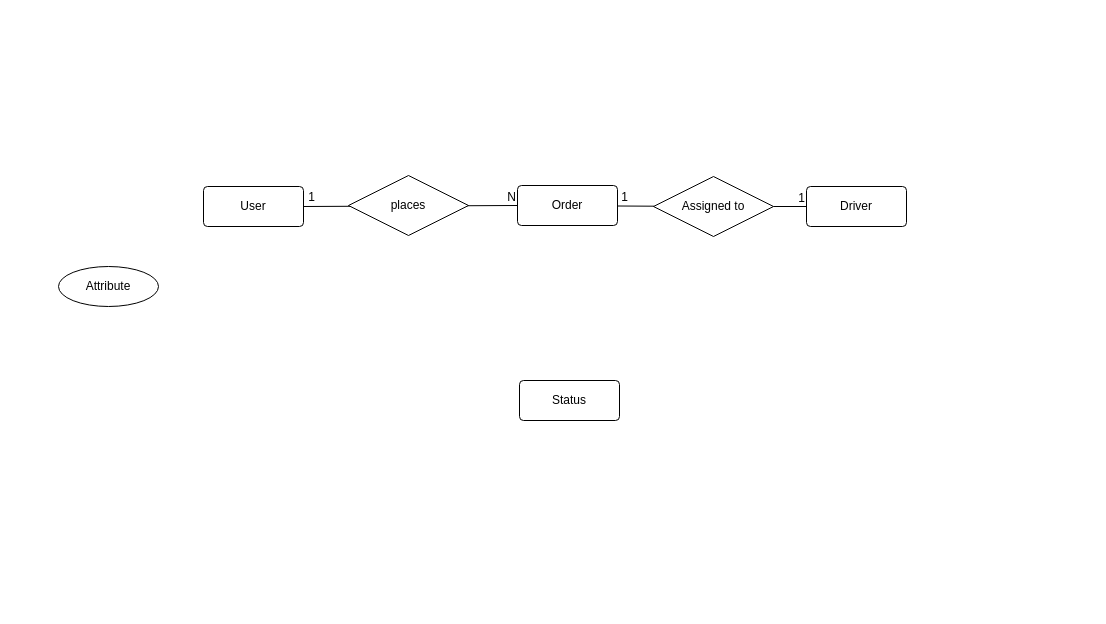
luchichang/QUAC-APP keeps this draw.io diagram as DB/QUAC-ER.drawio. Above is the earlier version. Source tidied: cells renumbered, new cells numbered last; positions are measured from the earlier drawing's top-left corner, leaving out a move shared by most shapes. Both pictures are drawn from the tidied source at 100%, with x=0, y=0 at pixel (58, 175).
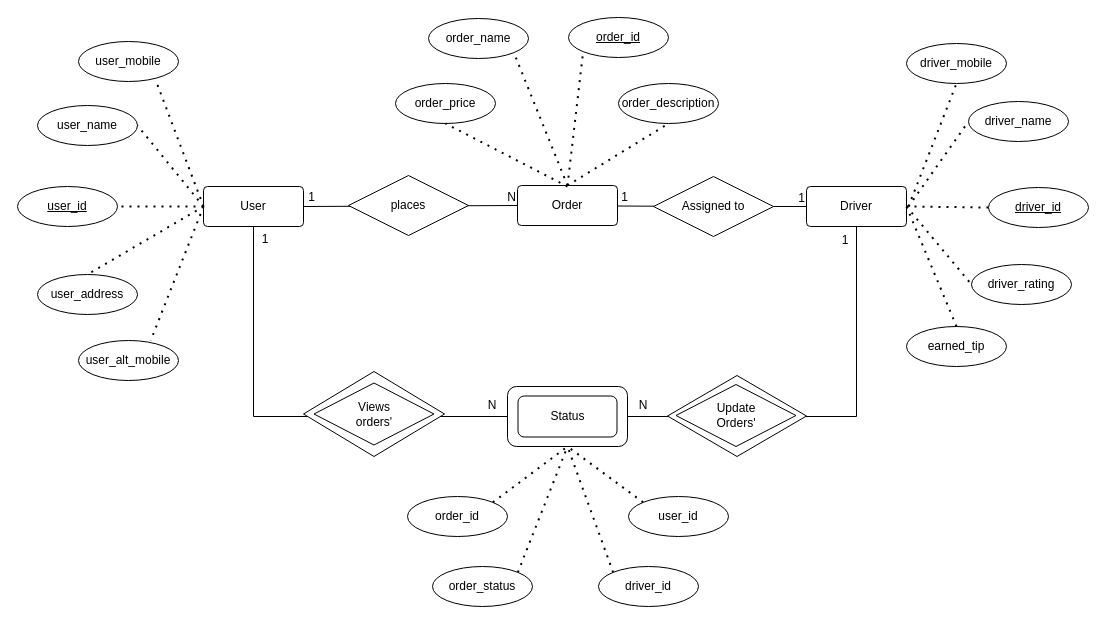
The same diagram, later.

Commit message (it also covers changes not shown here):
Quac UI update & Completed ER diagram

The change refers to these unchanged cells:
```xml
<mxCell id="2" value="User" style="rounded=1;arcSize=10;whiteSpace=wrap;html=1;align=center;" parent="1" vertex="1">
  <mxGeometry x="145" y="11" width="100" height="40" as="geometry" />
</mxCell>
<mxCell id="3" value="Order" style="rounded=1;arcSize=10;whiteSpace=wrap;html=1;align=center;" parent="1" vertex="1">
  <mxGeometry x="459" y="10" width="100" height="40" as="geometry" />
</mxCell>
<mxCell id="4" value="Driver" style="rounded=1;arcSize=10;whiteSpace=wrap;html=1;align=center;" parent="1" vertex="1">
  <mxGeometry x="748" y="11" width="100" height="40" as="geometry" />
</mxCell>
<mxCell id="15" value="Assigned to" style="shape=rhombus;perimeter=rhombusPerimeter;whiteSpace=wrap;html=1;align=center;" parent="1" vertex="1">
  <mxGeometry x="595" y="1" width="120" height="60" as="geometry" />
</mxCell>
```

The edit, as a diff of the source:
```diff
@@
-    <mxCell id="5" value="Status" style="rounded=1;arcSize=10;whiteSpace=wrap;html=1;align=center;" parent="1" vertex="1">
-      <mxGeometry x="461" y="205" width="100" height="40" as="geometry" />
-    </mxCell>
-    <mxCell id="6" value="Attribute" style="ellipse;whiteSpace=wrap;html=1;align=center;" parent="1" vertex="1">
-      <mxGeometry y="91" width="100" height="40" as="geometry" />
-    </mxCell>
@@
-    <mxCell id="14" style="endArrow=none;html=1;rounded=0;" parent="1" edge="1" target="15">
-      <mxGeometry relative="1" as="geometry">
-        <mxPoint x="559" y="30.5" as="sourcePoint" />
-      </mxGeometry>
-    </mxCell>
+    <mxCell id="16" style="endArrow=none;html=1;rounded=0;" parent="1" edge="1" target="15">
+      <mxGeometry relative="1" as="geometry">
+        <mxPoint x="559" y="30.5" as="sourcePoint" />
+      </mxGeometry>
+    </mxCell>
@@
+    <mxCell id="17" value="user_id" style="ellipse;whiteSpace=wrap;html=1;align=center;fontStyle=4;" parent="1" vertex="1">
+      <mxGeometry x="-41" y="11" width="100" height="40" as="geometry" />
+    </mxCell>
+    <mxCell id="18" value="order_id" style="ellipse;whiteSpace=wrap;html=1;align=center;fontStyle=4;" parent="1" vertex="1">
+      <mxGeometry x="510" y="-158" width="100" height="40" as="geometry" />
+    </mxCell>
+    <mxCell id="19" value="driver_id" style="ellipse;whiteSpace=wrap;html=1;align=center;fontStyle=4;" parent="1" vertex="1">
+      <mxGeometry x="930" y="12" width="100" height="40" as="geometry" />
+    </mxCell>
+    <mxCell id="20" value="driver_name" style="ellipse;whiteSpace=wrap;html=1;align=center;" parent="1" vertex="1">
+      <mxGeometry x="910" y="-74" width="100" height="40" as="geometry" />
+    </mxCell>
+    <mxCell id="21" value="driver_rating" style="ellipse;whiteSpace=wrap;html=1;align=center;" parent="1" vertex="1">
+      <mxGeometry x="913" y="89" width="100" height="40" as="geometry" />
+    </mxCell>
+    <mxCell id="22" value="earned_tip" style="ellipse;whiteSpace=wrap;html=1;align=center;" parent="1" vertex="1">
+      <mxGeometry x="848" y="151" width="100" height="40" as="geometry" />
+    </mxCell>
+    <mxCell id="23" value="driver_mobile" style="ellipse;whiteSpace=wrap;html=1;align=center;" parent="1" vertex="1">
+      <mxGeometry x="848" y="-132" width="100" height="40" as="geometry" />
+    </mxCell>
+    <mxCell id="24" style="endArrow=none;dashed=1;html=1;dashPattern=1 3;strokeWidth=2;rounded=0;entryX=0;entryY=0.5;entryDx=0;entryDy=0;exitX=1;exitY=0.5;exitDx=0;exitDy=0;" parent="1" edge="1" source="4" target="19">
+      <mxGeometry relative="1" as="geometry" />
+    </mxCell>
+    <mxCell id="25" style="endArrow=none;dashed=1;html=1;dashPattern=1 3;strokeWidth=2;rounded=0;entryX=0;entryY=0.5;entryDx=0;entryDy=0;" parent="1" edge="1" target="20">
+      <mxGeometry relative="1" as="geometry">
+        <mxPoint x="850" y="31" as="sourcePoint" />
+      </mxGeometry>
+    </mxCell>
+    <mxCell id="26" style="endArrow=none;dashed=1;html=1;dashPattern=1 3;strokeWidth=2;rounded=0;entryX=0.5;entryY=1;entryDx=0;entryDy=0;" parent="1" edge="1" target="23">
+      <mxGeometry relative="1" as="geometry">
+        <mxPoint x="850" y="31" as="sourcePoint" />
+      </mxGeometry>
+    </mxCell>
+    <mxCell id="27" style="endArrow=none;dashed=1;html=1;dashPattern=1 3;strokeWidth=2;rounded=0;entryX=0;entryY=0.5;entryDx=0;entryDy=0;exitX=1;exitY=0.5;exitDx=0;exitDy=0;" parent="1" edge="1" source="4" target="21">
+      <mxGeometry relative="1" as="geometry" />
+    </mxCell>
+    <mxCell id="28" style="endArrow=none;dashed=1;html=1;dashPattern=1 3;strokeWidth=2;rounded=0;entryX=0.5;entryY=0;entryDx=0;entryDy=0;exitX=1;exitY=0.5;exitDx=0;exitDy=0;" parent="1" edge="1" source="4" target="22">
+      <mxGeometry relative="1" as="geometry" />
+    </mxCell>
+    <mxCell id="29" style="endArrow=none;dashed=1;html=1;dashPattern=1 3;strokeWidth=2;rounded=0;entryX=1;entryY=0.5;entryDx=0;entryDy=0;exitX=0;exitY=0.5;exitDx=0;exitDy=0;" parent="1" edge="1" source="2" target="17">
+      <mxGeometry relative="1" as="geometry" />
+    </mxCell>
+    <mxCell id="30" value="user_name" style="ellipse;whiteSpace=wrap;html=1;align=center;" parent="1" vertex="1">
+      <mxGeometry x="-21" y="-70" width="100" height="40" as="geometry" />
+    </mxCell>
+    <mxCell id="31" value="user_address" style="ellipse;whiteSpace=wrap;html=1;align=center;" parent="1" vertex="1">
+      <mxGeometry x="-21" y="99" width="100" height="40" as="geometry" />
+    </mxCell>
+    <mxCell id="32" value="user_alt_mobile" style="ellipse;whiteSpace=wrap;html=1;align=center;" parent="1" vertex="1">
+      <mxGeometry x="20" y="165" width="100" height="40" as="geometry" />
+    </mxCell>
+    <mxCell id="33" value="user_mobile" style="ellipse;whiteSpace=wrap;html=1;align=center;" parent="1" vertex="1">
+      <mxGeometry x="20" y="-134" width="100" height="40" as="geometry" />
+    </mxCell>
+    <mxCell id="34" style="endArrow=none;dashed=1;html=1;dashPattern=1 3;strokeWidth=2;rounded=0;entryX=1;entryY=0.5;entryDx=0;entryDy=0;exitX=0;exitY=0.5;exitDx=0;exitDy=0;" parent="1" edge="1" source="2" target="30">
+      <mxGeometry relative="1" as="geometry" />
+    </mxCell>
+    <mxCell id="35" style="endArrow=none;dashed=1;html=1;dashPattern=1 3;strokeWidth=2;rounded=0;entryX=0.77;entryY=0.954;entryDx=0;entryDy=0;exitX=0;exitY=0.5;exitDx=0;exitDy=0;entryPerimeter=0;" parent="1" edge="1" source="2" target="33">
+      <mxGeometry relative="1" as="geometry" />
+    </mxCell>
+    <mxCell id="36" style="endArrow=none;dashed=1;html=1;dashPattern=1 3;strokeWidth=2;rounded=0;entryX=0.5;entryY=0;entryDx=0;entryDy=0;exitX=0;exitY=0.5;exitDx=0;exitDy=0;" parent="1" edge="1" source="2" target="31">
+      <mxGeometry relative="1" as="geometry" />
+    </mxCell>
+    <mxCell id="37" style="endArrow=none;dashed=1;html=1;dashPattern=1 3;strokeWidth=2;rounded=0;exitX=0;exitY=0.5;exitDx=0;exitDy=0;entryX=0.722;entryY=0.002;entryDx=0;entryDy=0;entryPerimeter=0;" parent="1" edge="1" source="2" target="32">
+      <mxGeometry relative="1" as="geometry" />
+    </mxCell>
+    <mxCell id="38" value="order_description" style="ellipse;whiteSpace=wrap;html=1;align=center;" parent="1" vertex="1">
+      <mxGeometry x="560" y="-92" width="100" height="40" as="geometry" />
+    </mxCell>
+    <mxCell id="39" value="order_price" style="ellipse;whiteSpace=wrap;html=1;align=center;" parent="1" vertex="1">
+      <mxGeometry x="337" y="-92" width="100" height="40" as="geometry" />
+    </mxCell>
+    <mxCell id="40" value="order_name" style="ellipse;whiteSpace=wrap;html=1;align=center;" parent="1" vertex="1">
+      <mxGeometry x="370" y="-157" width="100" height="40" as="geometry" />
+    </mxCell>
+    <mxCell id="41" style="endArrow=none;dashed=1;html=1;dashPattern=1 3;strokeWidth=2;rounded=0;entryX=0;entryY=1;entryDx=0;entryDy=0;exitX=0.5;exitY=0;exitDx=0;exitDy=0;" parent="1" edge="1" source="3" target="18">
+      <mxGeometry relative="1" as="geometry" />
+    </mxCell>
+    <mxCell id="42" style="endArrow=none;dashed=1;html=1;dashPattern=1 3;strokeWidth=2;rounded=0;entryX=1;entryY=1;entryDx=0;entryDy=0;exitX=0.5;exitY=0;exitDx=0;exitDy=0;" parent="1" edge="1" source="3" target="40">
+      <mxGeometry relative="1" as="geometry" />
+    </mxCell>
+    <mxCell id="43" style="endArrow=none;dashed=1;html=1;dashPattern=1 3;strokeWidth=2;rounded=0;entryX=0.5;entryY=1;entryDx=0;entryDy=0;" parent="1" edge="1" target="39">
+      <mxGeometry relative="1" as="geometry">
+        <mxPoint x="509" y="11" as="sourcePoint" />
+      </mxGeometry>
+    </mxCell>
+    <mxCell id="44" style="endArrow=none;dashed=1;html=1;dashPattern=1 3;strokeWidth=2;rounded=0;entryX=0.5;entryY=1;entryDx=0;entryDy=0;exitX=0.5;exitY=0;exitDx=0;exitDy=0;" parent="1" edge="1" source="3" target="38">
+      <mxGeometry relative="1" as="geometry" />
+    </mxCell>
+    <mxCell id="45" style="rounded=1;whiteSpace=wrap;html=1;" parent="1" vertex="1">
+      <mxGeometry x="449" y="211" width="120" height="60" as="geometry" />
+    </mxCell>
+    <mxCell id="5" value="Status" style="rounded=1;whiteSpace=wrap;html=1;" parent="1" vertex="1">
+      <mxGeometry x="459.5" y="220.5" width="99" height="41" as="geometry" />
+    </mxCell>
+    <mxCell id="46" value="order_id" style="ellipse;whiteSpace=wrap;html=1;align=center;" parent="1" vertex="1">
+      <mxGeometry x="349" y="321" width="100" height="40" as="geometry" />
+    </mxCell>
+    <mxCell id="47" value="user_id" style="ellipse;whiteSpace=wrap;html=1;align=center;" parent="1" vertex="1">
+      <mxGeometry x="570" y="321" width="100" height="40" as="geometry" />
+    </mxCell>
+    <mxCell id="48" value="driver_id" style="ellipse;whiteSpace=wrap;html=1;align=center;" parent="1" vertex="1">
+      <mxGeometry x="540" y="391" width="100" height="40" as="geometry" />
+    </mxCell>
+    <mxCell id="49" value="order_status" style="ellipse;whiteSpace=wrap;html=1;align=center;" parent="1" vertex="1">
+      <mxGeometry x="374" y="391" width="100" height="40" as="geometry" />
+    </mxCell>
+    <mxCell id="50" style="endArrow=none;dashed=1;html=1;dashPattern=1 3;strokeWidth=2;rounded=0;entryX=0.5;entryY=1;entryDx=0;entryDy=0;exitX=1;exitY=0;exitDx=0;exitDy=0;" parent="1" edge="1" source="49" target="45">
+      <mxGeometry relative="1" as="geometry" />
+    </mxCell>
+    <mxCell id="51" style="endArrow=none;dashed=1;html=1;dashPattern=1 3;strokeWidth=2;rounded=0;exitX=1;exitY=0;exitDx=0;exitDy=0;entryX=0.5;entryY=1;entryDx=0;entryDy=0;" parent="1" edge="1" source="46" target="45">
+      <mxGeometry relative="1" as="geometry" />
+    </mxCell>
+    <mxCell id="52" style="endArrow=none;dashed=1;html=1;dashPattern=1 3;strokeWidth=2;rounded=0;exitX=0;exitY=0;exitDx=0;exitDy=0;entryX=0.5;entryY=1;entryDx=0;entryDy=0;" parent="1" edge="1" source="47" target="45">
+      <mxGeometry relative="1" as="geometry" />
+    </mxCell>
+    <mxCell id="53" style="endArrow=none;dashed=1;html=1;dashPattern=1 3;strokeWidth=2;rounded=0;exitX=0;exitY=0;exitDx=0;exitDy=0;entryX=0.5;entryY=1;entryDx=0;entryDy=0;" parent="1" edge="1" source="48" target="45">
+      <mxGeometry relative="1" as="geometry" />
+    </mxCell>
+    <mxCell id="54" style="endArrow=none;html=1;rounded=0;entryX=0.5;entryY=1;entryDx=0;entryDy=0;exitX=1;exitY=0.5;exitDx=0;exitDy=0;" parent="1" edge="1" source="45" target="4">
+      <mxGeometry relative="1" as="geometry">
+        <Array as="points">
+          <mxPoint x="798" y="241" />
+        </Array>
+      </mxGeometry>
+    </mxCell>
+    <mxCell id="55" style="rhombus;whiteSpace=wrap;html=1;" parent="1" vertex="1">
+      <mxGeometry x="609" y="200" width="139" height="81" as="geometry" />
+    </mxCell>
+    <mxCell id="56" style="endArrow=none;html=1;rounded=0;entryX=0.5;entryY=1;entryDx=0;entryDy=0;exitX=0;exitY=0.5;exitDx=0;exitDy=0;" parent="1" edge="1" source="45" target="2">
+      <mxGeometry relative="1" as="geometry">
+        <Array as="points">
+          <mxPoint x="195" y="241" />
+        </Array>
+      </mxGeometry>
+    </mxCell>
+    <mxCell id="57" style="rhombus;whiteSpace=wrap;html=1;" parent="1" vertex="1">
+      <mxGeometry x="245" y="196" width="141" height="85" as="geometry" />
+    </mxCell>
+    <mxCell id="58" value="Views&lt;div&gt;orders'&lt;/div&gt;" style="rhombus;whiteSpace=wrap;html=1;" parent="1" vertex="1">
+      <mxGeometry x="255.5" y="207.5" width="120" height="62" as="geometry" />
+    </mxCell>
+    <mxCell id="59" value="Update&lt;div&gt;Orders'&lt;/div&gt;" style="rhombus;whiteSpace=wrap;html=1;" parent="1" vertex="1">
+      <mxGeometry x="617.5" y="209" width="120" height="62" as="geometry" />
+    </mxCell>
+    <mxCell id="60" value="N" style="text;html=1;align=center;verticalAlign=middle;whiteSpace=wrap;rounded=0;" parent="1" vertex="1">
+      <mxGeometry x="404" y="215" width="60" height="30" as="geometry" />
+    </mxCell>
+    <mxCell id="61" value="N" style="text;html=1;align=center;verticalAlign=middle;whiteSpace=wrap;rounded=0;" parent="1" vertex="1">
+      <mxGeometry x="554.5" y="215" width="60" height="30" as="geometry" />
+    </mxCell>
+    <mxCell id="62" value="1" style="text;html=1;align=center;verticalAlign=middle;whiteSpace=wrap;rounded=0;" parent="1" vertex="1">
+      <mxGeometry x="177" y="49" width="60" height="30" as="geometry" />
+    </mxCell>
+    <mxCell id="63" value="1" style="text;html=1;align=center;verticalAlign=middle;whiteSpace=wrap;rounded=0;" parent="1" vertex="1">
+      <mxGeometry x="757" y="50" width="60" height="30" as="geometry" />
+    </mxCell>
```
